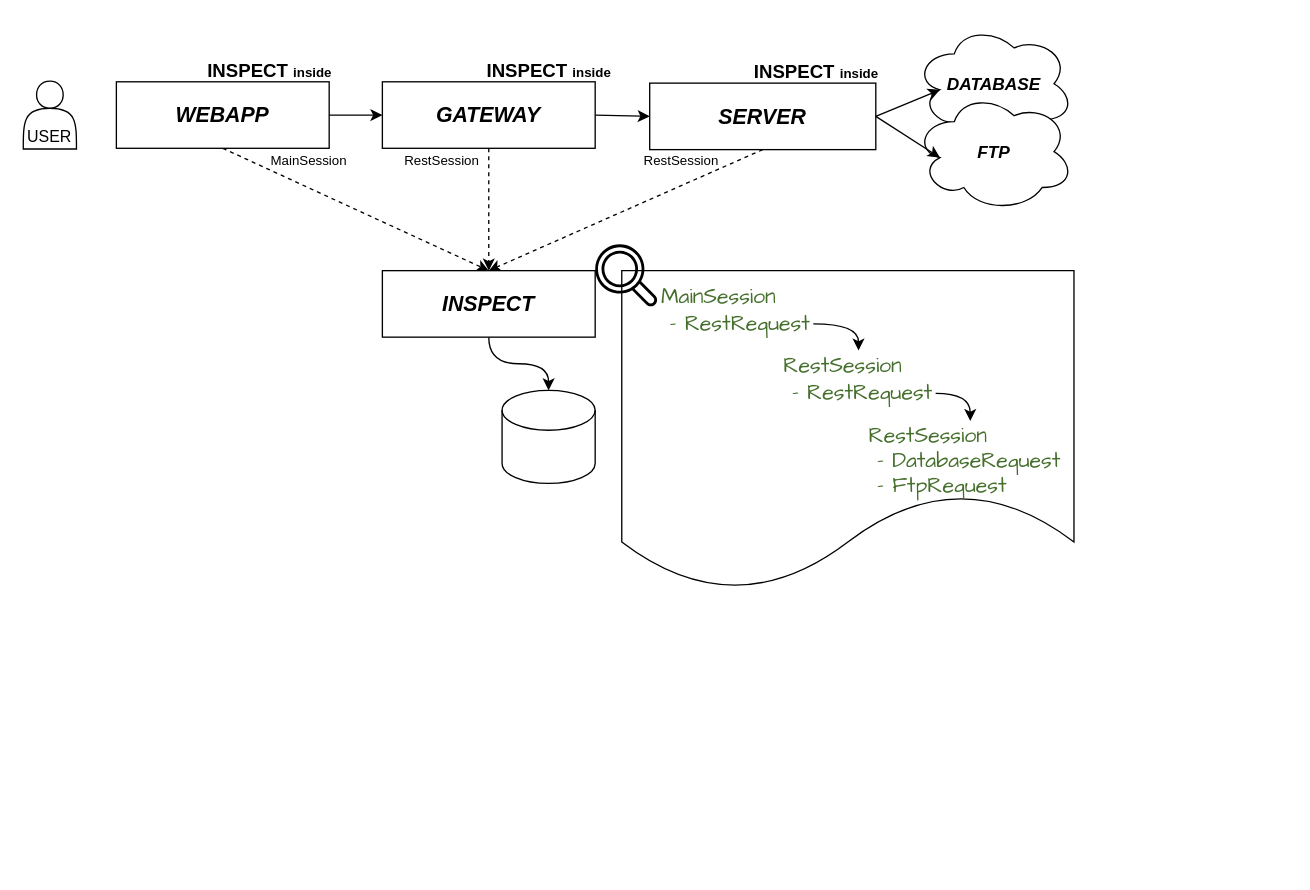
Earlier version of the draw.io diagram page "call_chain" (5 of 5) of doc/diagram/Diagramme sans nom.drawio (oneteme/inspect-core). Source tidied: cells renumbered, new cells numbered last; positions are measured from the earlier drawing's top-left corner, leaving out a move shared by most shapes. Both pictures are drawn from the tidied source at 133%, with x=0, y=0 at pixel (23, 23).
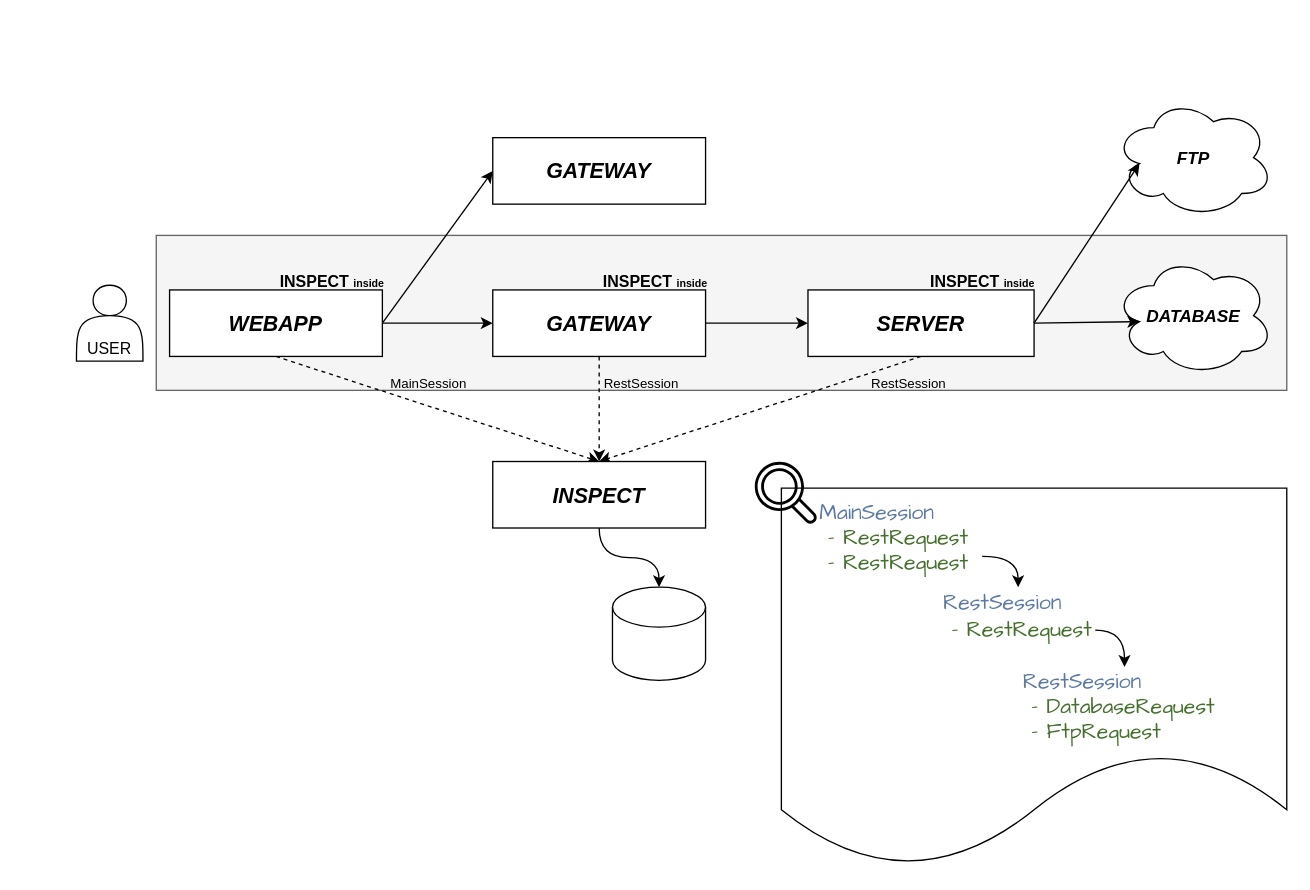
The same diagram, later.

What changed in the source:
```diff
@@
+    <mxCell id="31" style="rounded=0;whiteSpace=wrap;html=1;fillColor=#f5f5f5;fontColor=#333333;strokeColor=#666666;" parent="1" vertex="1">
+      <mxGeometry x="100" y="159.5" width="850" height="116.5" as="geometry" />
+    </mxCell>
     <mxCell id="2" style="shape=document;whiteSpace=wrap;html=1;boundedLbl=1;fillColor=default;strokeColor=default;fontColor=#1C2417;" parent="1" vertex="1">
-      <mxGeometry x="450" y="186" width="340" height="240" as="geometry" />
+      <mxGeometry x="570" y="349.5" width="380" height="284.5" as="geometry" />
     </mxCell>
@@
     <mxCell id="4" value="SERVER" style="rounded=0;whiteSpace=wrap;html=1;verticalAlign=middle;fontSize=16;fontStyle=3;" parent="1" vertex="1">
-      <mxGeometry x="471" y="45" width="170" height="50" as="geometry" />
+      <mxGeometry x="590" y="200.5" width="170" height="50" as="geometry" />
     </mxCell>
@@
     <mxCell id="7" value="GATEWAY" style="rounded=0;whiteSpace=wrap;html=1;verticalAlign=middle;fontSize=16;fontStyle=3;" parent="1" vertex="1">
-      <mxGeometry x="270" y="44" width="160" height="50" as="geometry" />
+      <mxGeometry x="353" y="200.5" width="160" height="50" as="geometry" />
     </mxCell>
     <mxCell id="8" value="DATABASE" style="ellipse;shape=cloud;whiteSpace=wrap;html=1;fontSize=13;fontStyle=3;" parent="1" vertex="1">
-      <mxGeometry x="670" y="0.5" width="120" height="90" as="geometry" />
+      <mxGeometry x="820" y="174.8" width="120" height="90" as="geometry" />
     </mxCell>
     <mxCell id="9" style="shape=cylinder3;whiteSpace=wrap;html=1;boundedLbl=1;backgroundOutline=1;size=15;" parent="1" vertex="1">
-      <mxGeometry x="360" y="276" width="70" height="70" as="geometry" />
+      <mxGeometry x="443" y="424" width="70" height="70" as="geometry" />
     </mxCell>
@@
+    <mxCell id="32" style="rounded=0;jettySize=auto;html=1;exitX=1;exitY=0.5;exitDx=0;exitDy=0;entryX=0;entryY=0.5;entryDx=0;entryDy=0;" parent="1" edge="1" source="12" target="33">
+      <mxGeometry relative="1" as="geometry" />
+    </mxCell>
     <mxCell id="12" value="WEBAPP" style="rounded=0;whiteSpace=wrap;html=1;verticalAlign=middle;fontSize=16;fontStyle=3;" parent="1" vertex="1">
-      <mxGeometry x="70" y="44" width="160" height="50" as="geometry" />
+      <mxGeometry x="110" y="200.5" width="160" height="50" as="geometry" />
     </mxCell>
-    <mxCell id="13" value="&lt;font style=&quot;font-size: 14px;&quot;&gt;INSPECT &lt;/font&gt;&lt;font style=&quot;font-size: 10px;&quot;&gt;inside&lt;/font&gt;" style="text;strokeColor=none;fillColor=none;html=1;fontSize=24;fontStyle=1;verticalAlign=middle;align=center;fontColor=default;" parent="1" vertex="1">
-      <mxGeometry x="120" y="13" width="130" height="40" as="geometry" />
-    </mxCell>
@@
     <mxCell id="15" value="USER" style="shape=actor;whiteSpace=wrap;html=1;verticalAlign=bottom;" parent="1" vertex="1">
-      <mxGeometry y="43.5" width="40" height="51" as="geometry" />
+      <mxGeometry x="40" y="197" width="50" height="57" as="geometry" />
     </mxCell>
-    <mxCell id="16" value="&lt;font style=&quot;font-size: 14px;&quot;&gt;INSPECT &lt;/font&gt;&lt;font style=&quot;font-size: 10px;&quot;&gt;inside&lt;/font&gt;" style="text;strokeColor=none;fillColor=none;html=1;fontSize=24;fontStyle=1;verticalAlign=middle;align=center;fontColor=default;" parent="1" vertex="1">
-      <mxGeometry x="330" y="13" width="130" height="40" as="geometry" />
-    </mxCell>
-    <mxCell id="17" value="&lt;font style=&quot;font-size: 14px;&quot;&gt;INSPECT &lt;/font&gt;&lt;font style=&quot;font-size: 10px;&quot;&gt;inside&lt;/font&gt;" style="text;strokeColor=none;fillColor=none;html=1;fontSize=24;fontStyle=1;verticalAlign=middle;align=center;fontColor=default;" parent="1" vertex="1">
-      <mxGeometry x="531" y="14" width="130" height="40" as="geometry" />
-    </mxCell>
@@
     <mxCell id="19" value="RestSession" style="text;html=1;align=center;verticalAlign=middle;whiteSpace=wrap;rounded=0;fontFamily=Helvetica;fontSize=10;" parent="1" vertex="1">
-      <mxGeometry x="260" y="88" width="110" height="30" as="geometry" />
+      <mxGeometry x="410" y="256" width="110" height="30" as="geometry" />
     </mxCell>
     <mxCell id="20" value="RestSession" style="text;html=1;align=center;verticalAlign=middle;whiteSpace=wrap;rounded=0;fontFamily=Helvetica;fontSize=10;" parent="1" vertex="1">
-      <mxGeometry x="440" y="88" width="110" height="30" as="geometry" />
+      <mxGeometry x="611" y="256" width="110" height="30" as="geometry" />
     </mxCell>
     <mxCell id="21" value="MainSession" style="text;html=1;align=center;verticalAlign=middle;whiteSpace=wrap;rounded=0;fontFamily=Helvetica;fontSize=10;" parent="1" vertex="1">
-      <mxGeometry x="160" y="88" width="110" height="30" as="geometry" />
+      <mxGeometry x="250" y="256" width="110" height="30" as="geometry" />
     </mxCell>
-    <mxCell id="22" style="edgeStyle=orthogonalEdgeStyle;rounded=0;hachureGap=4;jettySize=auto;html=1;exitX=1;exitY=0.75;exitDx=0;exitDy=0;entryX=0.5;entryY=0;entryDx=0;entryDy=0;fontFamily=Architects Daughter;curved=1;fontColor=#456F2C;" parent="1" edge="1" source="23" target="25">
+    <mxCell id="22" style="edgeStyle=orthogonalEdgeStyle;rounded=0;jettySize=auto;html=1;exitX=1;exitY=0.75;exitDx=0;exitDy=0;entryX=0.5;entryY=0;entryDx=0;entryDy=0;curved=1;" parent="1" edge="1" source="23" target="25">
       <mxGeometry relative="1" as="geometry" />
     </mxCell>
-    <mxCell id="23" value="&lt;font style=&quot;font-size: 16px;&quot;&gt;MainSession&lt;/font&gt;&lt;div&gt;&lt;font style=&quot;font-size: 16px;&quot;&gt;&amp;nbsp;- RestRequest&lt;/font&gt;&lt;/div&gt;" style="text;html=1;align=left;verticalAlign=middle;whiteSpace=wrap;rounded=0;fontFamily=Architects Daughter;fontColor=#456F2C;" parent="1" vertex="1">
-      <mxGeometry x="478" y="196" width="116" height="40" as="geometry" />
+    <mxCell id="23" value="&lt;font color=&quot;#5c79a4&quot; style=&quot;font-size: 16px;&quot;&gt;MainSession&lt;/font&gt;&lt;div&gt;&lt;span style=&quot;font-size: 16px;&quot;&gt;&amp;nbsp;- RestRequest&lt;br&gt;&lt;/span&gt;&lt;div&gt;&lt;font style=&quot;font-size: 16px;&quot;&gt;&amp;nbsp;- RestRequest&lt;/font&gt;&lt;/div&gt;&lt;/div&gt;" style="text;html=1;align=left;verticalAlign=middle;whiteSpace=wrap;rounded=0;fontFamily=Architects Daughter;fontColor=#456F2C;" parent="1" vertex="1">
+      <mxGeometry x="597" y="360" width="124" height="54.5" as="geometry" />
     </mxCell>
@@
-    <mxCell id="25" value="&lt;font style=&quot;font-size: 16px;&quot;&gt;RestSession&lt;/font&gt;&lt;div&gt;&lt;font style=&quot;font-size: 16px;&quot;&gt;&amp;nbsp;- RestRequest&lt;/font&gt;&lt;/div&gt;" style="text;html=1;align=left;verticalAlign=middle;whiteSpace=wrap;rounded=0;fontFamily=Architects Daughter;fontColor=#456F2C;" parent="1" vertex="1">
-      <mxGeometry x="570" y="246" width="116" height="43" as="geometry" />
+    <mxCell id="25" value="&lt;font color=&quot;#5c79a4&quot; style=&quot;font-size: 16px;&quot;&gt;RestSession&lt;/font&gt;&lt;div&gt;&lt;font style=&quot;font-size: 16px;&quot;&gt;&amp;nbsp;- RestRequest&lt;/font&gt;&lt;/div&gt;" style="text;html=1;align=left;verticalAlign=middle;whiteSpace=wrap;rounded=0;fontFamily=Architects Daughter;fontColor=#456F2C;" parent="1" vertex="1">
+      <mxGeometry x="690" y="424" width="116" height="43" as="geometry" />
     </mxCell>
-    <mxCell id="26" value="&lt;font style=&quot;font-size: 16px;&quot;&gt;RestSession&lt;/font&gt;&lt;div&gt;&lt;font style=&quot;font-size: 16px;&quot;&gt;&amp;nbsp;- DatabaseRequest&lt;/font&gt;&lt;/div&gt;&lt;div&gt;&lt;span style=&quot;font-size: 16px;&quot;&gt;&amp;nbsp;- FtpRequest&lt;/span&gt;&lt;/div&gt;" style="text;html=1;align=left;verticalAlign=middle;whiteSpace=wrap;rounded=0;fontFamily=Architects Daughter;fontColor=#456F2C;" parent="1" vertex="1">
-      <mxGeometry x="634" y="299" width="156" height="60" as="geometry" />
+    <mxCell id="26" value="&lt;font color=&quot;#5c79a4&quot; style=&quot;font-size: 16px;&quot;&gt;RestSession&lt;/font&gt;&lt;div&gt;&lt;font style=&quot;font-size: 16px;&quot;&gt;&amp;nbsp;- DatabaseRequest&lt;/font&gt;&lt;/div&gt;&lt;div&gt;&lt;span style=&quot;font-size: 16px;&quot;&gt;&amp;nbsp;- FtpRequest&lt;/span&gt;&lt;/div&gt;" style="text;html=1;align=left;verticalAlign=middle;whiteSpace=wrap;rounded=0;fontFamily=Architects Daughter;fontColor=#456F2C;" parent="1" vertex="1">
+      <mxGeometry x="750" y="484" width="156" height="60" as="geometry" />
     </mxCell>
     <mxCell id="27" value="INSPECT" style="rounded=0;whiteSpace=wrap;html=1;verticalAlign=middle;fontSize=16;fontStyle=3;" parent="1" vertex="1">
-      <mxGeometry x="270" y="186" width="160" height="50" as="geometry" />
+      <mxGeometry x="353" y="329.5" width="160" height="50" as="geometry" />
     </mxCell>
     <mxCell id="28" style="sketch=0;fontColor=#232F3E;gradientColor=none;fillColor=#000000;strokeColor=none;dashed=0;verticalLabelPosition=bottom;verticalAlign=top;align=center;html=1;fontSize=12;fontStyle=0;shape=mxgraph.aws4.magnifying_glass_2;" parent="1" vertex="1">
-      <mxGeometry x="430" y="166" width="47" height="47" as="geometry" />
+      <mxGeometry x="550" y="329.5" width="47" height="47" as="geometry" />
     </mxCell>
     <mxCell id="29" value="FTP" style="ellipse;shape=cloud;whiteSpace=wrap;html=1;fontSize=13;fontStyle=3;" parent="1" vertex="1">
-      <mxGeometry x="670" y="51.5" width="120" height="90" as="geometry" />
+      <mxGeometry x="820" y="56" width="120" height="90" as="geometry" />
     </mxCell>
@@
+    <mxCell id="33" value="GATEWAY" style="rounded=0;whiteSpace=wrap;html=1;verticalAlign=middle;fontSize=16;fontStyle=3;" parent="1" vertex="1">
+      <mxGeometry x="353" y="86" width="160" height="50" as="geometry" />
+    </mxCell>
+    <mxCell id="34" value="&lt;font style=&quot;font-size: 12px;&quot;&gt;INSPECT &lt;/font&gt;&lt;font style=&quot;font-size: 8px;&quot;&gt;inside&lt;/font&gt;" style="text;strokeColor=none;fillColor=none;html=1;fontSize=24;fontStyle=1;verticalAlign=middle;align=center;fontColor=default;" parent="1" vertex="1">
+      <mxGeometry x="187" y="170.5" width="90" height="40" as="geometry" />
+    </mxCell>
+    <mxCell id="35" value="&lt;font style=&quot;font-size: 12px;&quot;&gt;INSPECT &lt;/font&gt;&lt;font style=&quot;font-size: 8px;&quot;&gt;inside&lt;/font&gt;" style="text;strokeColor=none;fillColor=none;html=1;fontSize=24;fontStyle=1;verticalAlign=middle;align=center;fontColor=default;" parent="1" vertex="1">
+      <mxGeometry x="430" y="170.8" width="90" height="40" as="geometry" />
+    </mxCell>
+    <mxCell id="36" value="&lt;font style=&quot;font-size: 12px;&quot;&gt;INSPECT &lt;/font&gt;&lt;font style=&quot;font-size: 8px;&quot;&gt;inside&lt;/font&gt;" style="text;strokeColor=none;fillColor=none;html=1;fontSize=24;fontStyle=1;verticalAlign=middle;align=center;fontColor=default;" parent="1" vertex="1">
+      <mxGeometry x="676" y="170.5" width="90" height="40" as="geometry" />
+    </mxCell>
```
